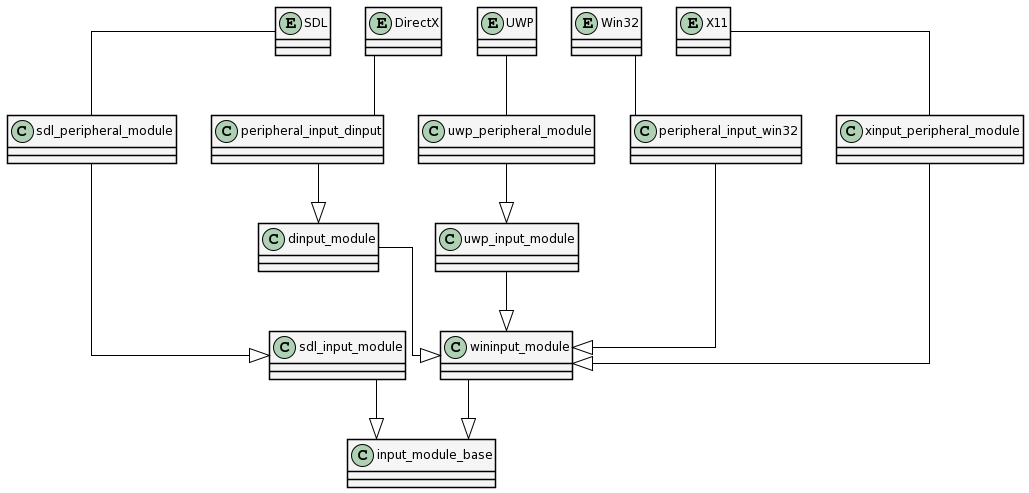
Earlier version of the PlantUML export Streaming/Tesi/immagini/class_input_module.png (mikymaione/MAMEStreamingPlatform).
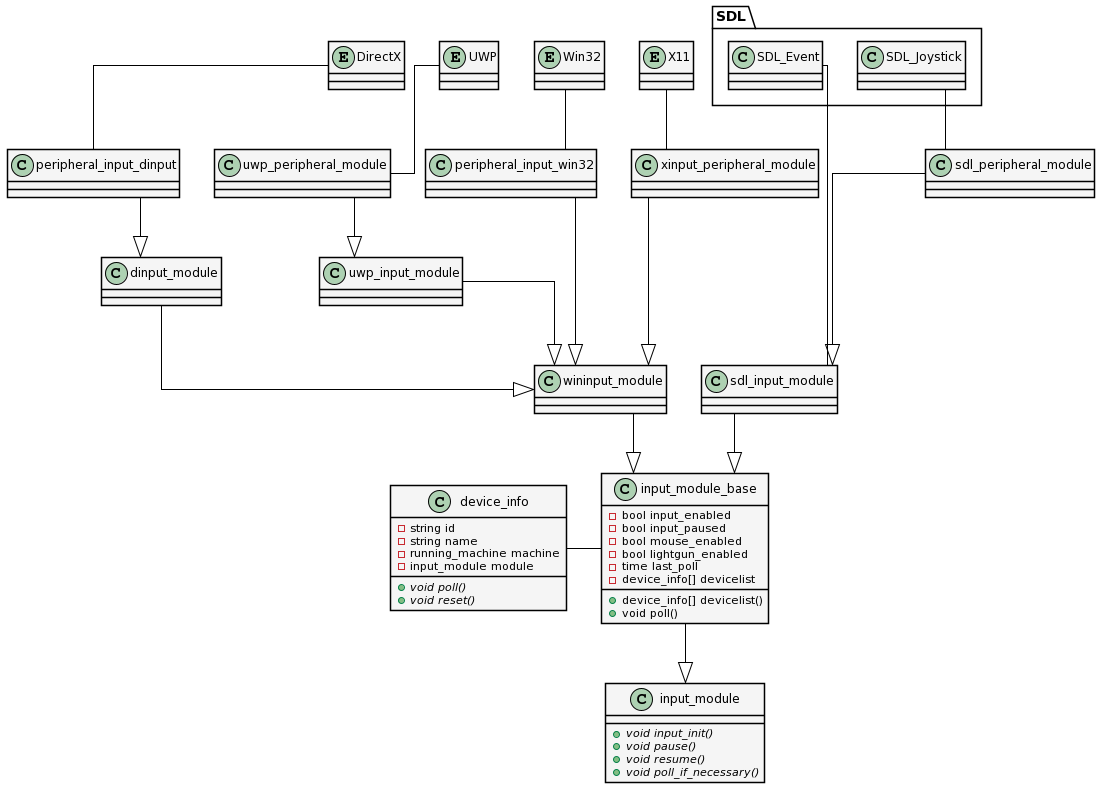
The same file after the commit.

Commit message:
class diagram input

Diff of the diagram source:
```diff
@@ -13,7 +13,11 @@
 	entity Win32
 	entity UWP
 	entity DirectX
-	entity SDL
+
+	package SDL {
+		class SDL_Joystick
+		class SDL_Event
+	}
 }
 
 together {
@@ -21,11 +25,46 @@
 	class sdl_input_module
 }
 
-wininput_module --|> input_module_base
+class input_module {
+	{abstract} +void input_init()
+	{abstract} +void pause()
+	{abstract} +void resume()
+	{abstract} +void poll_if_necessary()
+}
 
-dinput_module --|> wininput_module
+class input_module_base {
+	-bool input_enabled
+	-bool input_paused
+	-bool mouse_enabled
+	-bool lightgun_enabled
+	-time last_poll
+	-device_info[] devicelist
+
+	+device_info[] devicelist()
+	+void poll()
+}
+
+class device_info {
+	-string id
+	-string name
+	-running_machine machine
+	-input_module module
+	{abstract} +void poll()
+	{abstract} +void reset()
+}
+
+device_info -r- input_module_base
+
+input_module_base -d-|> input_module
+
+wininput_module -d-|> input_module_base
+
+dinput_module -d-|> wininput_module
 
 peripheral_input_dinput --|> dinput_module
+
+sdl_peripheral_module -u- SDL_Joystick
+sdl_input_module -u- SDL_Event
 
 sdl_input_module --|> input_module_base
 
@@ -44,5 +83,4 @@
 peripheral_input_win32 -u- Win32
 uwp_peripheral_module -u- UWP
 peripheral_input_dinput -u- DirectX
-sdl_peripheral_module -u- SDL
 @enduml
```
